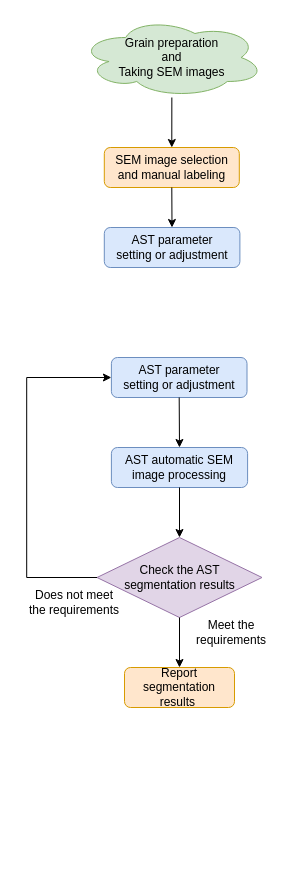
Wang194/sust keeps this draw.io diagram as 1.drawio. Above is the earlier version. Source tidied: cells renumbered, new cells numbered last; positions are measured from the earlier drawing's top-left corner, leaving out a move shared by most shapes. Both pictures are drawn from the tidied source at 100%, with x=0, y=0 at pixel (24, 17).
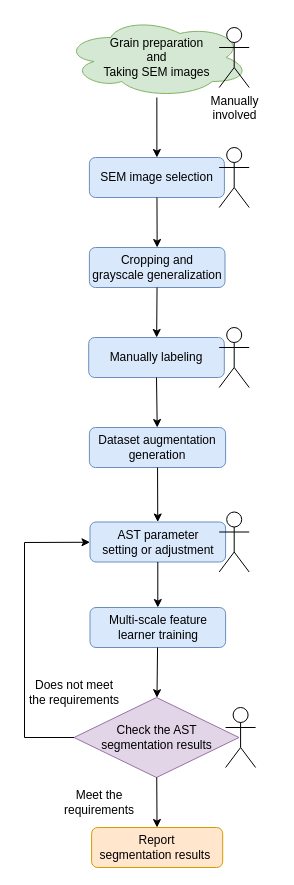
After the change.

Change to the diagram source:
```diff
@@
-    <mxCell id="2" value="SEM image selection and manual labeling" style="rounded=1;whiteSpace=wrap;html=1;fillColor=#ffe6cc;strokeColor=#d79b00;" parent="1" vertex="1">
-      <mxGeometry x="79.8" y="130" width="135" height="40" as="geometry" />
+    <mxCell id="2" value="SEM image selection" style="rounded=1;whiteSpace=wrap;html=1;fillColor=#dae8fc;strokeColor=#6c8ebf;" parent="1" vertex="1">
+      <mxGeometry x="64.9" y="140" width="135" height="40" as="geometry" />
     </mxCell>
     <mxCell id="3" value="AST parameter &lt;br&gt;setting or adjustment" style="rounded=1;whiteSpace=wrap;html=1;fillColor=#dae8fc;strokeColor=#6c8ebf;" parent="1" vertex="1">
-      <mxGeometry x="86.9" y="340" width="135.6" height="40" as="geometry" />
+      <mxGeometry x="65.5" y="504.5" width="135.6" height="40" as="geometry" />
     </mxCell>
-    <mxCell id="4" value="AST automatic SEM image processing" style="rounded=1;whiteSpace=wrap;html=1;fillColor=#dae8fc;strokeColor=#6c8ebf;" parent="1" vertex="1">
-      <mxGeometry x="86.9" y="430" width="136.2" height="40" as="geometry" />
+    <mxCell id="4" value="Dataset augmentation generation" style="rounded=1;whiteSpace=wrap;html=1;fillColor=#dae8fc;strokeColor=#6c8ebf;" parent="1" vertex="1">
+      <mxGeometry x="64.9" y="410" width="136.2" height="40" as="geometry" />
     </mxCell>
     <mxCell id="5" value="Check the AST &lt;br&gt;segmentation results" style="rhombus;whiteSpace=wrap;html=1;fillColor=#e1d5e7;strokeColor=#9673a6;" parent="1" vertex="1">
-      <mxGeometry x="72.5" y="520" width="165" height="80" as="geometry" />
+      <mxGeometry x="49.5" y="680" width="165" height="80" as="geometry" />
     </mxCell>
     <mxCell id="6" value="Does not meet the requirements" style="text;html=1;strokeColor=none;fillColor=none;align=center;verticalAlign=middle;whiteSpace=wrap;rounded=0;" parent="1" vertex="1">
-      <mxGeometry y="570" width="100" height="30" as="geometry" />
+      <mxGeometry y="660" width="100" height="30" as="geometry" />
     </mxCell>
     <mxCell id="7" value="Report&lt;br&gt;segmentation results&amp;nbsp;" style="rounded=1;whiteSpace=wrap;html=1;fillColor=#ffe6cc;strokeColor=#d79b00;" parent="1" vertex="1">
-      <mxGeometry x="100" y="650" width="110" height="40" as="geometry" />
+      <mxGeometry x="67.1" y="810" width="131.1" height="40" as="geometry" />
     </mxCell>
     <mxCell id="8" value="Meet the requirements" style="text;html=1;strokeColor=none;fillColor=none;align=center;verticalAlign=middle;whiteSpace=wrap;rounded=0;" parent="1" vertex="1">
-      <mxGeometry x="162.2" y="600" width="90" height="30" as="geometry" />
+      <mxGeometry x="30" y="770" width="90" height="30" as="geometry" />
     </mxCell>
-    <mxCell id="9" style="endArrow=classic;html=1;rounded=0;exitX=0.5;exitY=1;exitDx=0;exitDy=0;entryX=0.5;entryY=0;entryDx=0;entryDy=0;" parent="1" edge="1" source="3" target="4">
-      <mxGeometry relative="1" as="geometry" />
-    </mxCell>
-    <mxCell id="10" style="endArrow=classic;html=1;rounded=0;exitX=0.5;exitY=1;exitDx=0;exitDy=0;entryX=0.5;entryY=0;entryDx=0;entryDy=0;" parent="1" edge="1" source="4" target="5">
-      <mxGeometry relative="1" as="geometry" />
-    </mxCell>
-    <mxCell id="11" style="endArrow=classic;html=1;rounded=0;exitX=0.5;exitY=1;exitDx=0;exitDy=0;" parent="1" edge="1" source="2" target="14">
-      <mxGeometry relative="1" as="geometry" />
-    </mxCell>
-    <mxCell id="12" style="endArrow=classic;html=1;rounded=0;exitX=0.5;exitY=1;exitDx=0;exitDy=0;entryX=0.5;entryY=0;entryDx=0;entryDy=0;" parent="1" edge="1" source="5" target="7">
-      <mxGeometry relative="1" as="geometry" />
-    </mxCell>
-    <mxCell id="13" style="endArrow=classic;html=1;rounded=0;exitX=0;exitY=0.5;exitDx=0;exitDy=0;entryX=0;entryY=0.5;entryDx=0;entryDy=0;" parent="1" edge="1" source="5" target="3">
-      <mxGeometry relative="1" as="geometry">
-        <Array as="points">
-          <mxPoint x="2.2" y="560" />
-          <mxPoint x="2.2" y="360" />
-        </Array>
-      </mxGeometry>
-    </mxCell>
-    <mxCell id="14" value="AST parameter &lt;br&gt;setting or adjustment" style="rounded=1;whiteSpace=wrap;html=1;fillColor=#dae8fc;strokeColor=#6c8ebf;" parent="1" vertex="1">
-      <mxGeometry x="79.8" y="210" width="135.6" height="40" as="geometry" />
+    <mxCell id="14" value="Manually&amp;nbsp;labeling" style="rounded=1;whiteSpace=wrap;html=1;fillColor=#dae8fc;strokeColor=#6c8ebf;" parent="1" vertex="1">
+      <mxGeometry x="64.2" y="320" width="135.6" height="40" as="geometry" />
     </mxCell>
     <mxCell id="15" value="&lt;div&gt;Grain preparation&lt;/div&gt;&lt;div&gt;and&lt;/div&gt;&lt;div&gt;Taking SEM images&lt;/div&gt;" style="ellipse;shape=cloud;whiteSpace=wrap;html=1;fillColor=#d5e8d4;strokeColor=#82b366;" parent="1" vertex="1">
-      <mxGeometry x="55" width="184.7" height="80" as="geometry" />
+      <mxGeometry x="40" width="184.7" height="80" as="geometry" />
     </mxCell>
+    <mxCell id="17" value="Cropping and&lt;br&gt;grayscale generalization" style="rounded=1;whiteSpace=wrap;html=1;fillColor=#dae8fc;strokeColor=#6c8ebf;" parent="1" vertex="1">
+      <mxGeometry x="64.9" y="230" width="135.6" height="40" as="geometry" />
+    </mxCell>
+    <mxCell id="18" value="Manually&lt;br&gt;involved" style="shape=umlActor;verticalLabelPosition=bottom;verticalAlign=top;html=1;" parent="1" vertex="1">
+      <mxGeometry x="194.7" y="10" width="30" height="60" as="geometry" />
+    </mxCell>
+    <mxCell id="19" style="shape=umlActor;verticalLabelPosition=bottom;verticalAlign=top;html=1;" parent="1" vertex="1">
+      <mxGeometry x="194.7" y="130" width="30" height="60" as="geometry" />
+    </mxCell>
+    <mxCell id="20" style="shape=umlActor;verticalLabelPosition=bottom;verticalAlign=top;html=1;" parent="1" vertex="1">
+      <mxGeometry x="194.7" y="310" width="30" height="60" as="geometry" />
+    </mxCell>
@@
+    <mxCell id="21" style="endArrow=classic;html=1;rounded=0;" parent="1" edge="1" source="2" target="17">
+      <mxGeometry relative="1" as="geometry" />
+    </mxCell>
+    <mxCell id="22" style="endArrow=classic;html=1;rounded=0;" parent="1" edge="1" source="17" target="14">
+      <mxGeometry relative="1" as="geometry" />
+    </mxCell>
+    <mxCell id="23" style="endArrow=classic;html=1;rounded=0;exitX=0.5;exitY=1;exitDx=0;exitDy=0;" parent="1" edge="1" source="14" target="4">
+      <mxGeometry relative="1" as="geometry" />
+    </mxCell>
+    <mxCell id="24" style="shape=umlActor;verticalLabelPosition=bottom;verticalAlign=top;html=1;" parent="1" vertex="1">
+      <mxGeometry x="194.7" y="494.5" width="30" height="60" as="geometry" />
+    </mxCell>
+    <mxCell id="25" style="endArrow=classic;html=1;rounded=0;" parent="1" edge="1" source="4" target="3">
+      <mxGeometry relative="1" as="geometry" />
+    </mxCell>
+    <mxCell id="26" value="&lt;span style=&quot;font-family: &amp;#34;calibri&amp;#34;&quot;&gt;&lt;font style=&quot;font-size: 12px&quot;&gt;Multi-scale feature learner training&lt;/font&gt;&lt;/span&gt;" style="rounded=1;whiteSpace=wrap;html=1;fillColor=#dae8fc;strokeColor=#6c8ebf;" parent="1" vertex="1">
+      <mxGeometry x="65.5" y="590" width="135.6" height="40" as="geometry" />
+    </mxCell>
+    <mxCell id="27" style="endArrow=classic;html=1;rounded=0;fontSize=12;" parent="1" edge="1" source="3" target="26">
+      <mxGeometry relative="1" as="geometry" />
+    </mxCell>
+    <mxCell id="28" style="shape=umlActor;verticalLabelPosition=bottom;verticalAlign=top;html=1;" parent="1" vertex="1">
+      <mxGeometry x="201.1" y="690" width="30" height="60" as="geometry" />
+    </mxCell>
+    <mxCell id="13" style="endArrow=classic;html=1;rounded=0;fontSize=12;" parent="1" edge="1" source="5" target="3">
+      <mxGeometry relative="1" as="geometry">
+        <Array as="points">
+          <mxPoint y="720" />
+          <mxPoint y="525" />
+        </Array>
+      </mxGeometry>
+    </mxCell>
+    <mxCell id="29" style="endArrow=classic;html=1;rounded=0;fontSize=12;" parent="1" edge="1" source="26" target="5">
+      <mxGeometry relative="1" as="geometry" />
+    </mxCell>
+    <mxCell id="12" style="endArrow=classic;html=1;rounded=0;fontSize=12;" parent="1" edge="1" source="5" target="7">
+      <mxGeometry relative="1" as="geometry" />
+    </mxCell>
```
